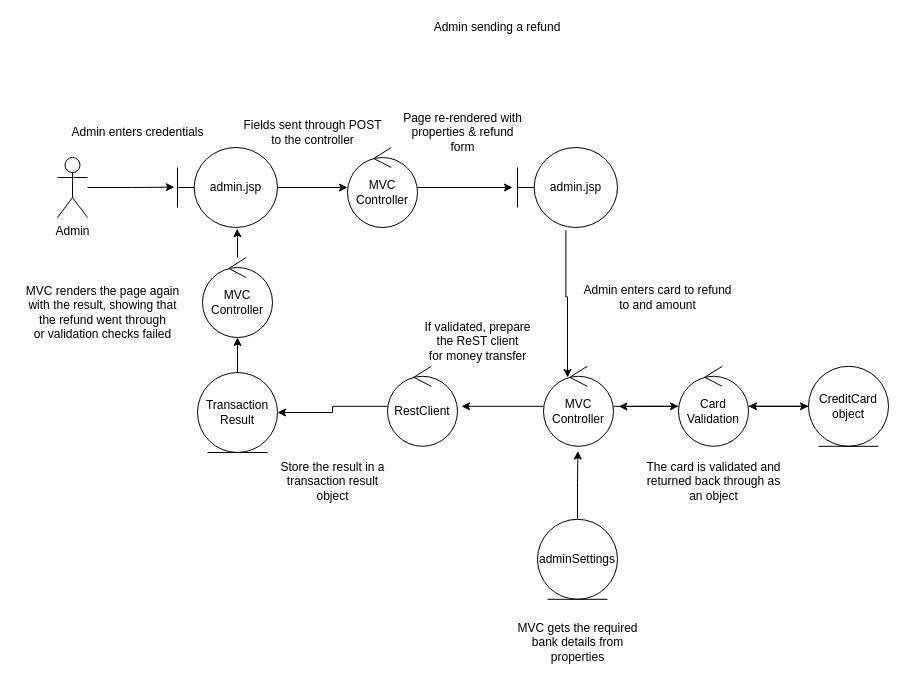
The draw.io diagram page "Page-2" (2 of 3) of ae1/documentation/UML/raw-drawio/robustnessNew.drawio in WT000/Bank-Simulator, before the edit. Source tidied: cells renumbered, new cells numbered last; positions are measured from the earlier drawing's top-left corner, leaving out a move shared by most shapes. Both pictures are drawn from the tidied source at 100%, with x=0, y=0 at pixel (17, 17).
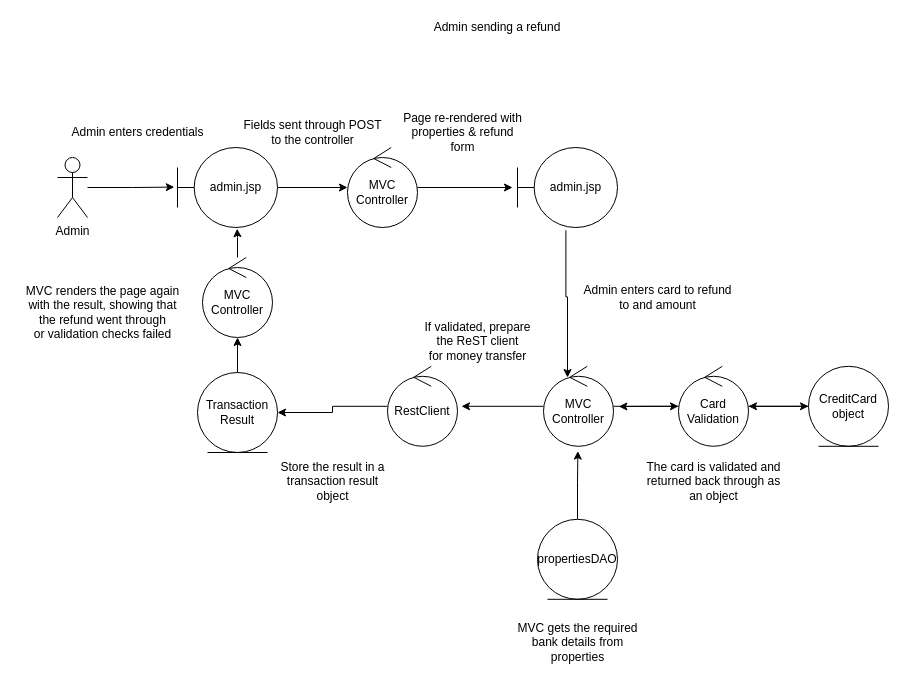
The same diagram, later.

Change to the diagram source:
```diff
@@
-    <mxCell id="12" value="adminSettings" style="ellipse;shape=umlEntity;whiteSpace=wrap;html=1;" parent="1" vertex="1">
+    <mxCell id="12" value="propertiesDAO" style="ellipse;shape=umlEntity;whiteSpace=wrap;html=1;" parent="1" vertex="1">
       <mxGeometry x="520" y="501.8" width="80" height="80" as="geometry" />
     </mxCell>
```
